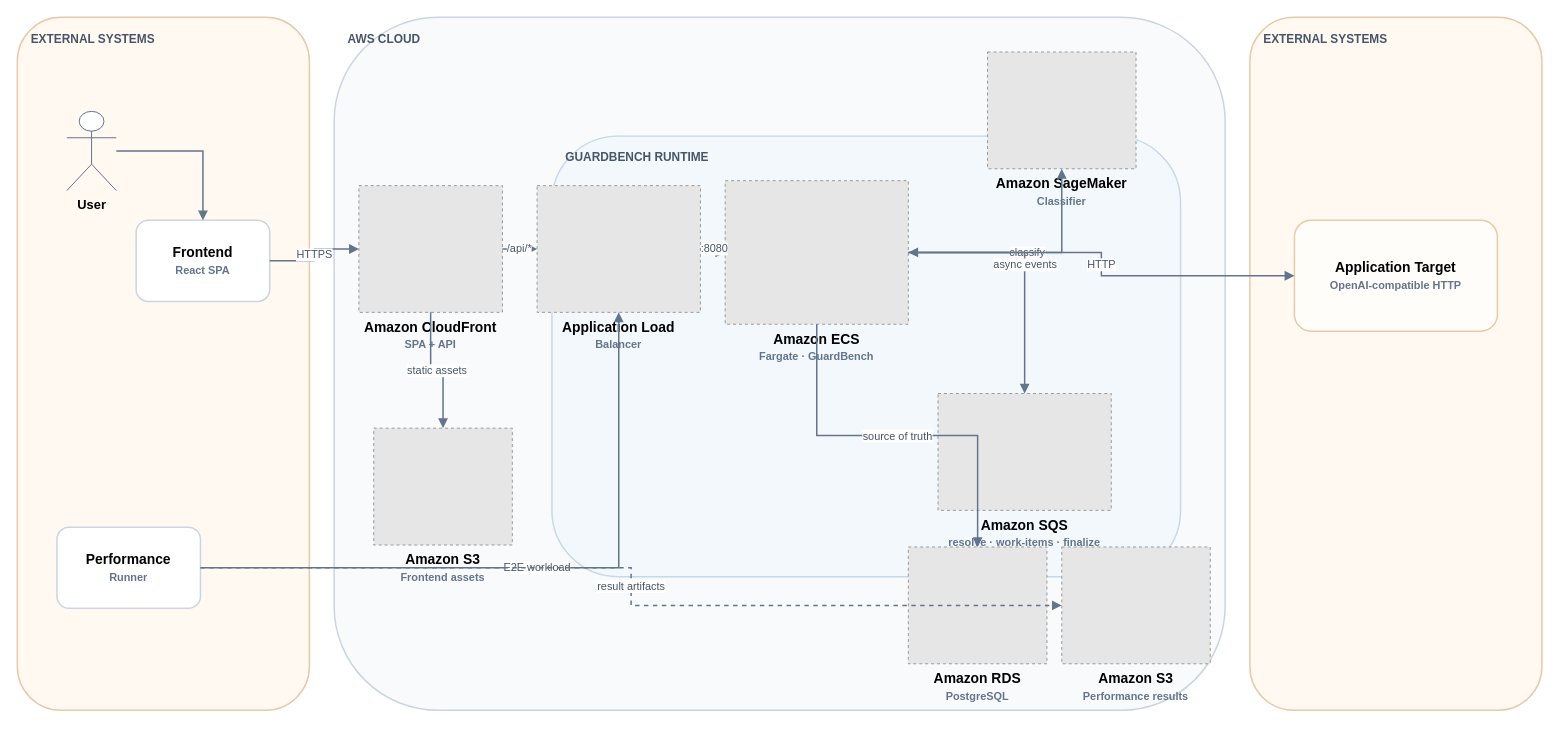
GuardBench/guardbench-backend keeps this draw.io diagram as docs/diagrams/presentation/guardbench-aws-topology.drawio. Above is the earlier version. Source tidied: cells renumbered, new cells numbered last; positions are measured from the earlier drawing's top-left corner, leaving out a move shared by most shapes. Both pictures are drawn from the tidied source at 99%, with x=0, y=0 at pixel (17, 17). Pictures stored in the file or linked from it are replaced by grey dashed boxes.
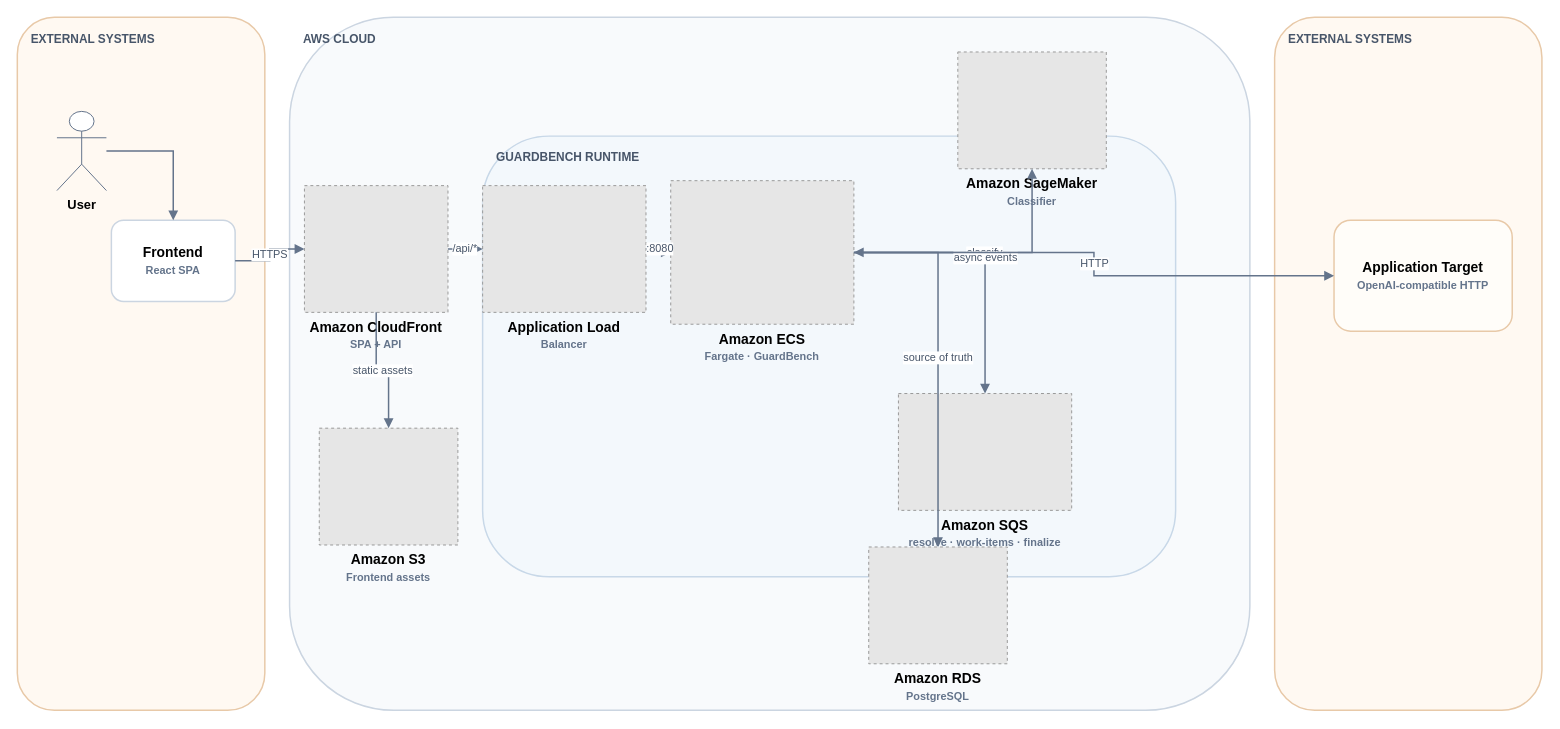
After the change.

Diff of the diagram source:
```diff
@@
     <mxCell id="2" value="EXTERNAL SYSTEMS" style="rounded=1;whiteSpace=wrap;html=1;fillColor=#FFF9F2;strokeColor=#E8C9A8;strokeWidth=1.5;fontColor=#475569;fontSize=12;fontStyle=1;verticalAlign=top;align=left;spacingTop=8;spacingLeft=12;" parent="1" vertex="1">
-      <mxGeometry width="295" height="700" as="geometry" />
+      <mxGeometry width="250" height="700" as="geometry" />
     </mxCell>
     <mxCell id="3" value="AWS CLOUD" style="rounded=1;whiteSpace=wrap;html=1;fillColor=#F8FAFC;strokeColor=#CBD5E1;strokeWidth=1.5;fontColor=#475569;fontSize=12;fontStyle=1;verticalAlign=top;align=left;spacingTop=8;spacingLeft=12;" parent="1" vertex="1">
-      <mxGeometry x="320" width="900" height="700" as="geometry" />
+      <mxGeometry x="275" width="970" height="700" as="geometry" />
     </mxCell>
     <mxCell id="4" value="GUARDBENCH RUNTIME" style="rounded=1;whiteSpace=wrap;html=1;fillColor=#F3F8FC;strokeColor=#C8D8E8;strokeWidth=1.5;fontColor=#475569;fontSize=12;fontStyle=1;verticalAlign=top;align=left;spacingTop=8;spacingLeft=12;" parent="1" vertex="1">
-      <mxGeometry x="540" y="120" width="635" height="445" as="geometry" />
+      <mxGeometry x="470" y="120" width="700" height="445" as="geometry" />
     </mxCell>
     <mxCell id="5" value="EXTERNAL SYSTEMS" style="rounded=1;whiteSpace=wrap;html=1;fillColor=#FFF9F2;strokeColor=#E8C9A8;strokeWidth=1.5;fontColor=#475569;fontSize=12;fontStyle=1;verticalAlign=top;align=left;spacingTop=8;spacingLeft=12;" parent="1" vertex="1">
-      <mxGeometry x="1245" width="295" height="700" as="geometry" />
+      <mxGeometry x="1270" width="270" height="700" as="geometry" />
     </mxCell>
     <mxCell id="6" value="User" style="shape=umlActor;html=1;fillColor=#FFFFFF;strokeColor=#64748B;fontSize=13;fontStyle=1;verticalLabelPosition=bottom;verticalAlign=top;" parent="1" vertex="1">
-      <mxGeometry x="50" y="95" width="50" height="80" as="geometry" />
+      <mxGeometry x="40" y="95" width="50" height="80" as="geometry" />
     </mxCell>
     <mxCell id="7" value="Frontend&lt;br&gt;&lt;font color=&quot;#64748B&quot; style=&quot;font-size:11px&quot;&gt;React SPA&lt;/font&gt;" style="rounded=1;whiteSpace=wrap;html=1;fillColor=#FFFFFF;strokeColor=#CBD5E1;strokeWidth=1.5;fontSize=14;fontStyle=1;verticalAlign=middle;" parent="1" vertex="1">
-      <mxGeometry x="120" y="205" width="135" height="82" as="geometry" />
+      <mxGeometry x="95" y="205" width="125" height="82" as="geometry" />
     </mxCell>
-    <mxCell id="8" value="Performance&lt;br&gt;&lt;font color=&quot;#64748B&quot; style=&quot;font-size:11px&quot;&gt;Runner&lt;/font&gt;" style="rounded=1;whiteSpace=wrap;html=1;fillColor=#FFFFFF;strokeColor=#CBD5E1;strokeWidth=1.5;fontSize=14;fontStyle=1;verticalAlign=middle;" parent="1" vertex="1">
-      <mxGeometry x="40" y="515" width="145" height="82" as="geometry" />
-    </mxCell>
     <mxCell id="9" value="Application Target&lt;br&gt;&lt;font color=&quot;#64748B&quot; style=&quot;font-size:11px&quot;&gt;OpenAI-compatible HTTP&lt;/font&gt;" style="rounded=1;whiteSpace=wrap;html=1;fillColor=#FFFDF9;strokeColor=#E8C9A8;strokeWidth=1.5;fontSize=14;fontStyle=1;verticalAlign=middle;" parent="1" vertex="1">
-      <mxGeometry x="1290" y="205" width="205" height="112" as="geometry" />
+      <mxGeometry x="1330" y="205" width="180" height="112" as="geometry" />
     </mxCell>
     <mxCell id="10" value="Amazon CloudFront&lt;br&gt;&lt;font color=&quot;#64748B&quot; style=&quot;font-size:11px&quot;&gt;SPA + API&lt;/font&gt;" style="fillColor=#E6E6E6;strokeColor=#999999;dashed=1;whiteSpace=wrap;html=1;verticalLabelPosition=bottom;verticalAlign=top;spacingBottom=10;fontSize=14;fontStyle=1;" parent="1" vertex="1">
-      <mxGeometry x="345" y="170" width="145" height="128" as="geometry" />
+      <mxGeometry x="290" y="170" width="145" height="128" as="geometry" />
     </mxCell>
     <mxCell id="11" value="Application Load&lt;br&gt;&lt;font color=&quot;#64748B&quot; style=&quot;font-size:11px&quot;&gt;Balancer&lt;/font&gt;" style="fillColor=#E6E6E6;strokeColor=#999999;dashed=1;whiteSpace=wrap;html=1;verticalLabelPosition=bottom;verticalAlign=top;spacingBottom=10;fontSize=14;fontStyle=1;" parent="1" vertex="1">
-      <mxGeometry x="525" y="170" width="165" height="128" as="geometry" />
+      <mxGeometry x="470" y="170" width="165" height="128" as="geometry" />
     </mxCell>
     <mxCell id="12" value="Amazon ECS&lt;br&gt;&lt;font color=&quot;#64748B&quot; style=&quot;font-size:11px&quot;&gt;Fargate · GuardBench&lt;/font&gt;" style="fillColor=#E6E6E6;strokeColor=#999999;dashed=1;whiteSpace=wrap;html=1;verticalLabelPosition=bottom;verticalAlign=top;spacingBottom=10;fontSize=14;fontStyle=1;" parent="1" vertex="1">
-      <mxGeometry x="715" y="165" width="185" height="145" as="geometry" />
+      <mxGeometry x="660" y="165" width="185" height="145" as="geometry" />
     </mxCell>
     <mxCell id="13" value="Amazon SageMaker&lt;br&gt;&lt;font color=&quot;#64748B&quot; style=&quot;font-size:11px&quot;&gt;Classifier&lt;/font&gt;" style="fillColor=#E6E6E6;strokeColor=#999999;dashed=1;whiteSpace=wrap;html=1;verticalLabelPosition=bottom;verticalAlign=top;spacingBottom=10;fontSize=14;fontStyle=1;" parent="1" vertex="1">
-      <mxGeometry x="980" y="35" width="150" height="118" as="geometry" />
+      <mxGeometry x="950" y="35" width="150" height="118" as="geometry" />
     </mxCell>
     <mxCell id="14" value="Amazon S3&lt;br&gt;&lt;font color=&quot;#64748B&quot; style=&quot;font-size:11px&quot;&gt;Frontend assets&lt;/font&gt;" style="fillColor=#E6E6E6;strokeColor=#999999;dashed=1;whiteSpace=wrap;html=1;verticalLabelPosition=bottom;verticalAlign=top;spacingBottom=10;fontSize=14;fontStyle=1;" parent="1" vertex="1">
-      <mxGeometry x="360" y="415" width="140" height="118" as="geometry" />
+      <mxGeometry x="305" y="415" width="140" height="118" as="geometry" />
     </mxCell>
     <mxCell id="15" value="Amazon SQS&lt;br&gt;&lt;font color=&quot;#64748B&quot; style=&quot;font-size:11px&quot;&gt;resolve · work-items · finalize&lt;/font&gt;" style="fillColor=#E6E6E6;strokeColor=#999999;dashed=1;whiteSpace=wrap;html=1;verticalLabelPosition=bottom;verticalAlign=top;spacingBottom=10;fontSize=14;fontStyle=1;" parent="1" vertex="1">
-      <mxGeometry x="930" y="380" width="175" height="118" as="geometry" />
+      <mxGeometry x="890" y="380" width="175" height="118" as="geometry" />
     </mxCell>
     <mxCell id="16" value="Amazon RDS&lt;br&gt;&lt;font color=&quot;#64748B&quot; style=&quot;font-size:11px&quot;&gt;PostgreSQL&lt;/font&gt;" style="fillColor=#E6E6E6;strokeColor=#999999;dashed=1;whiteSpace=wrap;html=1;verticalLabelPosition=bottom;verticalAlign=top;spacingBottom=10;fontSize=14;fontStyle=1;" parent="1" vertex="1">
-      <mxGeometry x="900" y="535" width="140" height="118" as="geometry" />
+      <mxGeometry x="860" y="535" width="140" height="118" as="geometry" />
     </mxCell>
-    <mxCell id="17" value="Amazon S3&lt;br&gt;&lt;font color=&quot;#64748B&quot; style=&quot;font-size:11px&quot;&gt;Performance results&lt;/font&gt;" style="fillColor=#E6E6E6;strokeColor=#999999;dashed=1;whiteSpace=wrap;html=1;verticalLabelPosition=bottom;verticalAlign=top;spacingBottom=10;fontSize=14;fontStyle=1;" parent="1" vertex="1">
-      <mxGeometry x="1055" y="535" width="150" height="118" as="geometry" />
-    </mxCell>
@@
-    <mxCell id="27" value="E2E workload" style="edgeStyle=orthogonalEdgeStyle;rounded=0;jettySize=auto;html=1;strokeColor=#64748B;strokeWidth=1.5;endArrow=block;fontColor=#475569;fontSize=11;" parent="1" edge="1" source="8" target="11">
-      <mxGeometry relative="1" as="geometry" />
-    </mxCell>
-    <mxCell id="28" value="result artifacts" style="edgeStyle=orthogonalEdgeStyle;rounded=0;jettySize=auto;html=1;strokeColor=#64748B;strokeWidth=1.5;endArrow=block;dashed=1;fontColor=#475569;fontSize=11;" parent="1" edge="1" source="8" target="17">
-      <mxGeometry relative="1" as="geometry" />
-    </mxCell>
```
